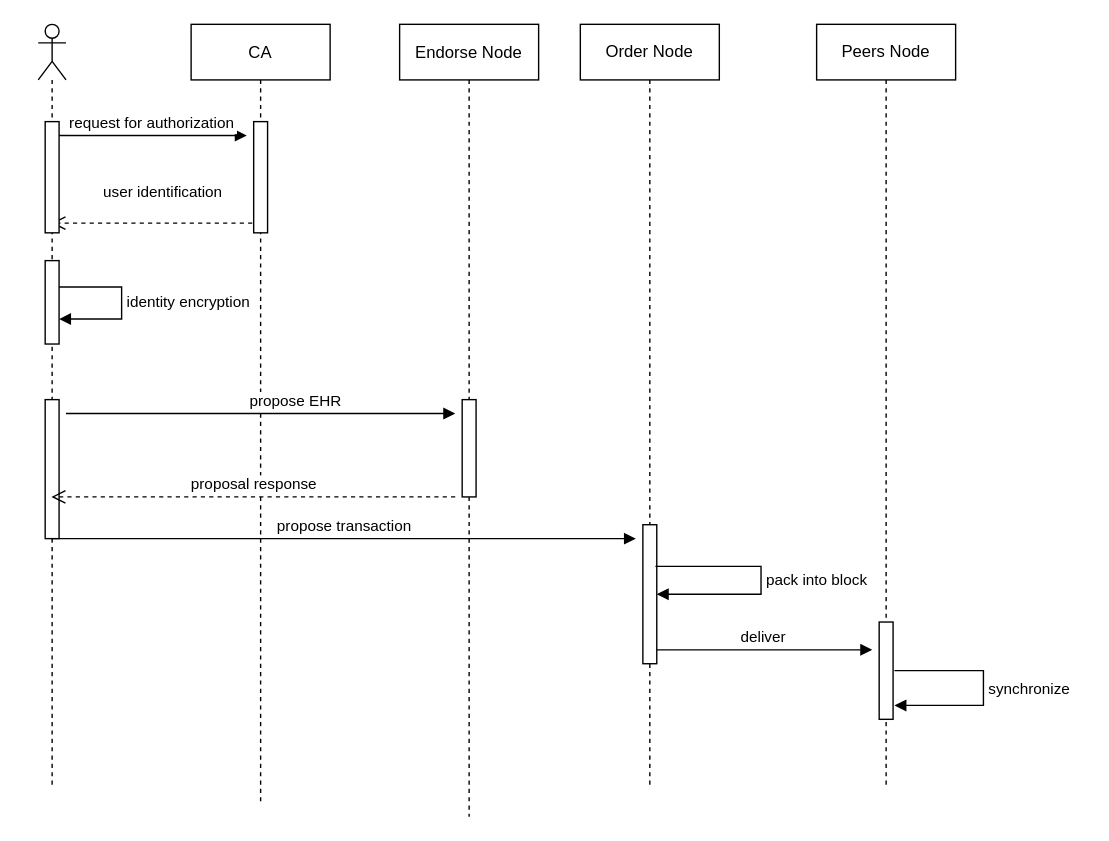
unnc-fose-20126522/Health-Status-Monitoring-System-based-on-Hyperledger-Fabric-and-ModeChain keeps this draw.io diagram as HFMC_sequenceDiagram.drawio. Above is the earlier version. Source tidied: cells renumbered, new cells numbered last; positions are measured from the earlier drawing's top-left corner, leaving out a move shared by most shapes. Both pictures are drawn from the tidied source at 139%, with x=0, y=0 at pixel (38, 24).
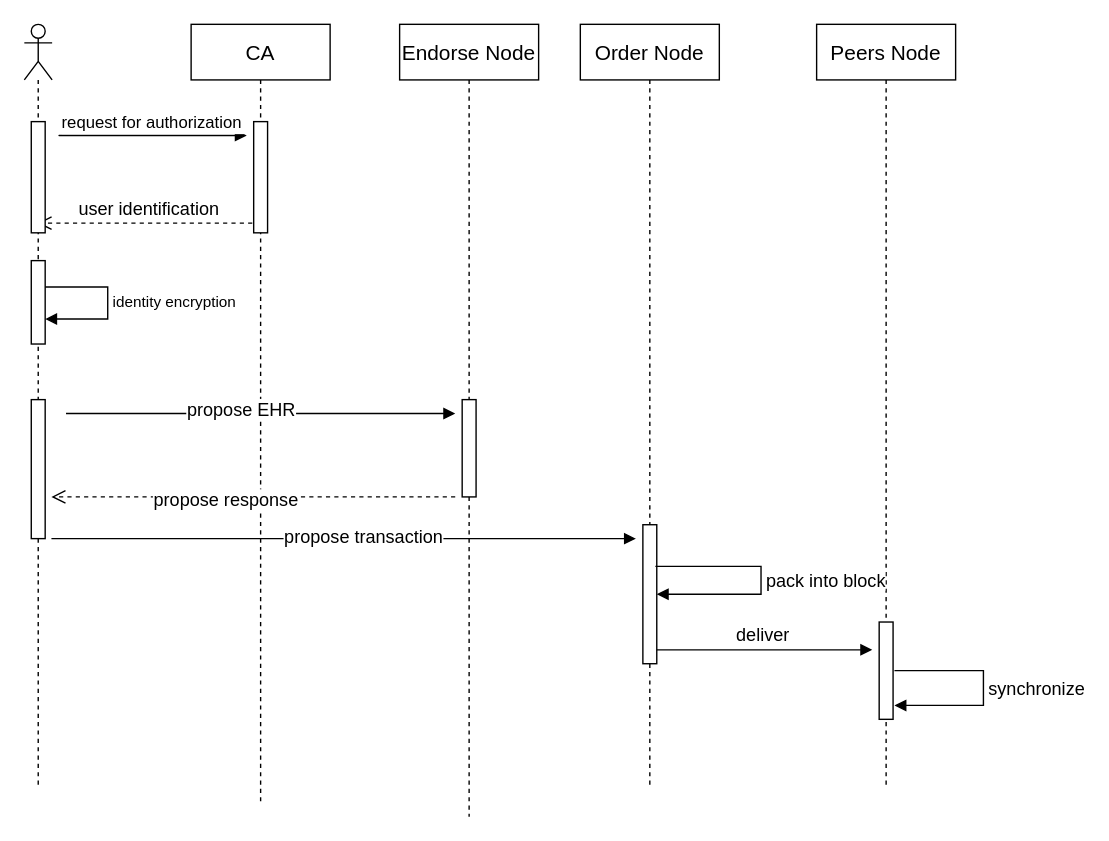
The same page after the edit.

The change refers to these unchanged cells:
```xml
<mxCell id="3" style="html=1;points=[];perimeter=orthogonalPerimeter;" parent="2" vertex="1">
  <mxGeometry x="45" y="70" width="10" height="80" as="geometry" />
</mxCell>
<mxCell id="17" style="html=1;points=[];perimeter=orthogonalPerimeter;" parent="1" vertex="1">
  <mxGeometry x="435" y="360" width="10" height="100" as="geometry" />
</mxCell>
```

Diff of the diagram source:
```diff
@@
-    <mxCell id="2" value="CA" style="shape=umlLifeline;perimeter=lifelinePerimeter;rounded=0;shadow=0;strokeWidth=1;" parent="1" vertex="1">
+    <mxCell id="2" value="CA" style="shape=umlLifeline;perimeter=lifelinePerimeter;rounded=0;shadow=0;strokeWidth=1;fontSize=15;" parent="1" vertex="1">
       <mxGeometry x="110" width="100" height="560" as="geometry" />
     </mxCell>
@@
-    <mxCell id="4" value="Endorse Node" style="shape=umlLifeline;perimeter=lifelinePerimeter;rounded=0;shadow=0;strokeWidth=1;" parent="1" vertex="1">
+    <mxCell id="4" value="Endorse Node" style="shape=umlLifeline;perimeter=lifelinePerimeter;rounded=0;shadow=0;strokeWidth=1;fontSize=15;" parent="1" vertex="1">
       <mxGeometry x="260" width="100" height="570" as="geometry" />
     </mxCell>
-    <mxCell id="5" value="user identification" style="verticalAlign=bottom;endArrow=open;dashed=1;endSize=8;shadow=0;strokeWidth=1;exitX=-0.1;exitY=0.913;exitDx=0;exitDy=0;exitPerimeter=0;" parent="1" edge="1" source="3" target="7">
-      <mxGeometry x="-0.11" y="-13" relative="1" as="geometry" />
+    <mxCell id="5" value="user identification" style="verticalAlign=bottom;endArrow=open;dashed=1;endSize=8;shadow=0;strokeWidth=1;exitX=-0.1;exitY=0.913;exitDx=0;exitDy=0;exitPerimeter=0;fontSize=13;" parent="1" edge="1" source="3" target="7">
+      <mxGeometry x="-0.04" relative="1" as="geometry" />
     </mxCell>
-    <mxCell id="6" value="request for authorization" style="verticalAlign=bottom;endArrow=block;shadow=0;strokeWidth=1;" parent="1" edge="1">
+    <mxCell id="6" value="request for authorization" style="verticalAlign=bottom;endArrow=block;shadow=0;strokeWidth=1;fontSize=12;" parent="1" edge="1">
       <mxGeometry x="0.48" relative="1" as="geometry">
         <mxPoint x="130" y="80" as="sourcePoint" />
         <mxPoint x="150" y="80" as="targetPoint" />
         <Array as="points">
           <mxPoint x="10" y="80" />
         </Array>
       </mxGeometry>
     </mxCell>
     <mxCell id="7" style="shape=umlLifeline;participant=umlActor;perimeter=lifelinePerimeter;whiteSpace=wrap;html=1;verticalAlign=top;spacingTop=36;outlineConnect=0;" parent="1" vertex="1">
-      <mxGeometry width="20" height="550" as="geometry" />
+      <mxGeometry x="-10" width="20" height="550" as="geometry" />
     </mxCell>
@@
-    <mxCell id="12" value="Order Node" style="shape=umlLifeline;perimeter=lifelinePerimeter;whiteSpace=wrap;html=1;" parent="1" vertex="1">
+    <mxCell id="12" value="&lt;font style=&quot;font-size: 15px&quot;&gt;Order Node&lt;/font&gt;" style="shape=umlLifeline;perimeter=lifelinePerimeter;whiteSpace=wrap;html=1;" parent="1" vertex="1">
       <mxGeometry x="390" width="100" height="550" as="geometry" />
     </mxCell>
-    <mxCell id="13" value="Peers Node" style="shape=umlLifeline;perimeter=lifelinePerimeter;whiteSpace=wrap;html=1;" parent="1" vertex="1">
+    <mxCell id="13" value="&lt;font style=&quot;font-size: 15px&quot;&gt;Peers Node&lt;/font&gt;" style="shape=umlLifeline;perimeter=lifelinePerimeter;whiteSpace=wrap;html=1;" parent="1" vertex="1">
       <mxGeometry x="560" width="100" height="550" as="geometry" />
     </mxCell>
@@
-    <mxCell id="15" value="propose EHR" style="html=1;verticalAlign=bottom;endArrow=block;rounded=0;" parent="1" edge="1">
+    <mxCell id="15" style="html=1;verticalAlign=bottom;endArrow=block;rounded=0;" parent="1" edge="1">
       <mxGeometry x="0.17" relative="1" as="geometry">
         <mxPoint x="20" y="280" as="sourcePoint" />
         <mxPoint x="300" y="280" as="targetPoint" />
         <mxPoint x="1" as="offset" />
       </mxGeometry>
     </mxCell>
+    <mxCell id="23" value="propose EHR" style="edgeLabel;html=1;align=center;verticalAlign=middle;fontSize=13;" parent="15" vertex="1">
+      <mxGeometry x="-0.11" y="5" relative="1" as="geometry">
+        <mxPoint y="1" as="offset" />
+      </mxGeometry>
+    </mxCell>
-    <mxCell id="16" value="proposal response" style="html=1;verticalAlign=bottom;endArrow=open;dashed=1;endSize=8;rounded=0;" parent="1" edge="1">
-      <mxGeometry relative="1" as="geometry">
+    <mxCell id="16" value="&lt;div&gt;&lt;span style=&quot;font-size: 13px&quot;&gt;&lt;br&gt;&lt;/span&gt;&lt;/div&gt;" style="html=1;verticalAlign=bottom;endArrow=open;dashed=1;endSize=8;rounded=0;align=center;" parent="1" edge="1">
+      <mxGeometry x="-0.04" relative="1" as="geometry">
         <mxPoint x="300" y="340" as="sourcePoint" />
         <mxPoint x="9.5" y="340" as="targetPoint" />
       </mxGeometry>
     </mxCell>
+    <mxCell id="24" value="propose response" style="edgeLabel;html=1;align=center;verticalAlign=middle;fontSize=13;" parent="16" vertex="1">
+      <mxGeometry x="0.14" y="1" relative="1" as="geometry" />
+    </mxCell>
@@
-    <mxCell id="18" value="pack into block" style="edgeStyle=orthogonalEdgeStyle;html=1;align=left;spacingLeft=2;endArrow=block;rounded=0;" parent="1" edge="1" target="17">
+    <mxCell id="18" value="&lt;font style=&quot;font-size: 13px&quot;&gt;pack into block&lt;/font&gt;" style="edgeStyle=orthogonalEdgeStyle;html=1;align=left;spacingLeft=2;endArrow=block;rounded=0;" parent="1" edge="1" target="17">
       <mxGeometry relative="1" as="geometry">
         <mxPoint x="444" y="390" as="sourcePoint" />
         <Array as="points">
           <mxPoint x="520" y="390" />
           <mxPoint x="520" y="410" />
         </Array>
       </mxGeometry>
     </mxCell>
-    <mxCell id="19" value="deliver&amp;nbsp;" style="html=1;verticalAlign=bottom;endArrow=block;rounded=0;" parent="1" edge="1">
+    <mxCell id="19" value="&lt;font style=&quot;font-size: 13px&quot;&gt;deliver&amp;nbsp;&lt;/font&gt;" style="html=1;verticalAlign=bottom;endArrow=block;rounded=0;" parent="1" edge="1">
       <mxGeometry relative="1" as="geometry">
         <mxPoint x="445" y="450" as="sourcePoint" />
         <mxPoint x="600" y="450" as="targetPoint" />
       </mxGeometry>
     </mxCell>
-    <mxCell id="20" value="propose transaction" style="html=1;verticalAlign=bottom;endArrow=block;rounded=0;" parent="1" edge="1">
+    <mxCell id="20" style="html=1;verticalAlign=bottom;endArrow=block;rounded=0;" parent="1" edge="1">
       <mxGeometry relative="1" as="geometry">
         <mxPoint x="9.5" y="370" as="sourcePoint" />
         <mxPoint x="430" y="370" as="targetPoint" />
       </mxGeometry>
     </mxCell>
+    <mxCell id="25" value="propose transaction" style="edgeLabel;html=1;align=center;verticalAlign=middle;fontSize=13;" parent="20" vertex="1">
+      <mxGeometry x="0.06" y="3" relative="1" as="geometry">
+        <mxPoint x="1" y="1" as="offset" />
+      </mxGeometry>
+    </mxCell>
@@
-    <mxCell id="22" value="synchronize" style="edgeStyle=orthogonalEdgeStyle;html=1;align=left;spacingLeft=2;endArrow=block;rounded=0;" parent="1" edge="1">
+    <mxCell id="22" value="&lt;font style=&quot;font-size: 13px&quot;&gt;synchronize&lt;/font&gt;" style="edgeStyle=orthogonalEdgeStyle;html=1;align=left;spacingLeft=2;endArrow=block;rounded=0;" parent="1" edge="1">
       <mxGeometry relative="1" as="geometry">
         <mxPoint x="616" y="465" as="sourcePoint" />
         <mxPoint x="616" y="490" as="targetPoint" />
         <Array as="points">
           <mxPoint x="680" y="465" />
           <mxPoint x="680" y="490" />
         </Array>
       </mxGeometry>
     </mxCell>
```
